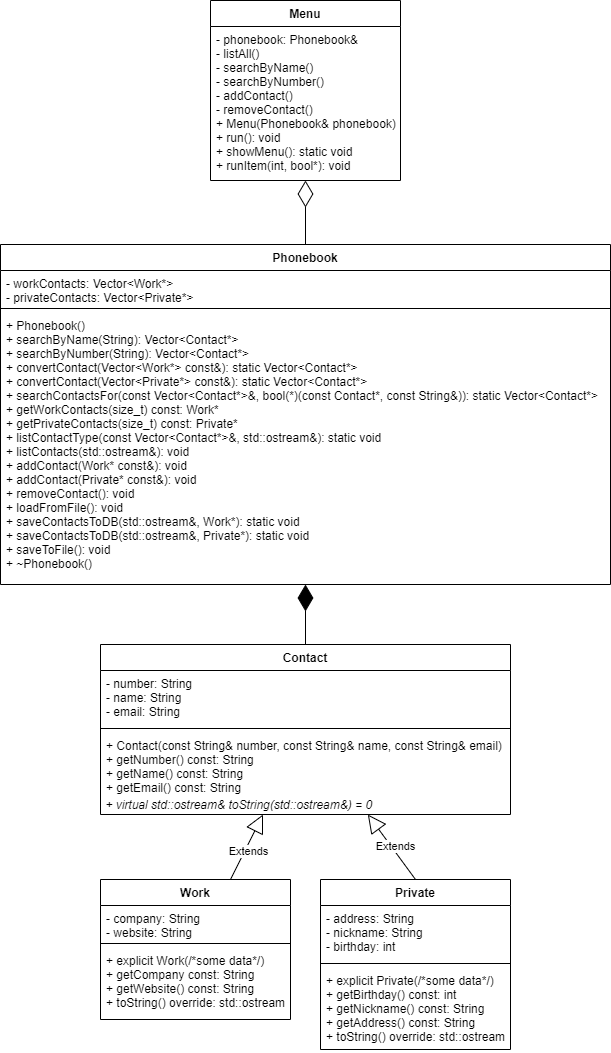
Earlier version of the draw.io export NHF - Terv/UML_diagram_final.png (pintertamas/phonebook-cpp). Source tidied: cells renumbered, new cells last; positions are measured from the earlier drawing's top-left corner, leaving out a move shared by most shapes.
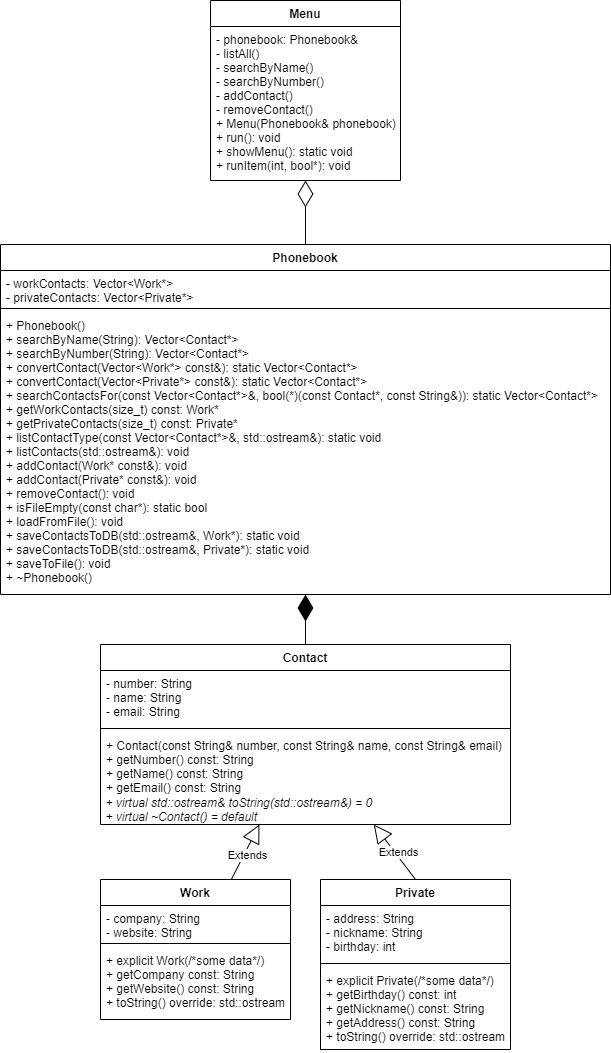
The same file after the commit.

What changed in the source:
```diff
@@ -15,7 +15,7 @@
       <mxGeometry x="-0.06" y="-3" relative="1" as="geometry" />
     </mxCell>
     <mxCell id="6" value="Phonebook" style="swimlane;fontStyle=1;align=center;verticalAlign=top;horizontal=1;startSize=26;" parent="1" vertex="1">
-      <mxGeometry y="244" width="610" height="340" as="geometry" />
+      <mxGeometry y="244" width="610" height="350" as="geometry" />
     </mxCell>
     <mxCell id="7" value="- workContacts: Vector&lt;Work*&gt;&#10;- privateContacts: Vector&lt;Private*&gt;" style="text;strokeColor=none;fillColor=none;align=left;verticalAlign=top;spacingLeft=4;spacingRight=4;overflow=hidden;" parent="6" vertex="1">
       <mxGeometry y="26" width="610" height="34" as="geometry" />
@@ -23,11 +23,11 @@
     <mxCell id="8" style="line;strokeWidth=1;fillColor=none;align=left;verticalAlign=middle;spacingTop=-1;spacingLeft=3;spacingRight=3;labelPosition=right;" parent="6" vertex="1">
       <mxGeometry y="60" width="610" height="8" as="geometry" />
     </mxCell>
-    <mxCell id="9" value="+ Phonebook()&#10;+ searchByName(String): Vector&lt;Contact*&gt;&#10;+ searchByNumber(String): Vector&lt;Contact*&gt;&#10;+ convertContact(Vector&lt;Work*&gt; const&amp;): static Vector&lt;Contact*&gt;&#10;+ convertContact(Vector&lt;Private*&gt; const&amp;): static Vector&lt;Contact*&gt;&#10;+ searchContactsFor(const Vector&lt;Contact*&gt;&amp;, bool(*)(const Contact*, const String&amp;)): static Vector&lt;Contact*&gt;&#10;+ getWorkContacts(size_t) const: Work*&#10;+ getPrivateContacts(size_t) const: Private*&#10;+ listContactType(const Vector&lt;Contact*&gt;&amp;, std::ostream&amp;): static void&#10;+ listContacts(std::ostream&amp;): void&#10;+ addContact(Work* const&amp;): void&#10;+ addContact(Private* const&amp;): void&#10;+ removeContact(): void&#10;+ loadFromFile(): void&#10;+ saveContactsToDB(std::ostream&amp;, Work*): static void&#10;+ saveContactsToDB(std::ostream&amp;, Private*): static void&#10;+ saveToFile(): void&#10;+ ~Phonebook()&#10;" style="text;strokeColor=none;fillColor=none;align=left;verticalAlign=top;spacingLeft=4;spacingRight=4;overflow=hidden;" parent="6" vertex="1">
-      <mxGeometry y="68" width="610" height="272" as="geometry" />
+    <mxCell id="9" value="+ Phonebook()&#10;+ searchByName(String): Vector&lt;Contact*&gt;&#10;+ searchByNumber(String): Vector&lt;Contact*&gt;&#10;+ convertContact(Vector&lt;Work*&gt; const&amp;): static Vector&lt;Contact*&gt;&#10;+ convertContact(Vector&lt;Private*&gt; const&amp;): static Vector&lt;Contact*&gt;&#10;+ searchContactsFor(const Vector&lt;Contact*&gt;&amp;, bool(*)(const Contact*, const String&amp;)): static Vector&lt;Contact*&gt;&#10;+ getWorkContacts(size_t) const: Work*&#10;+ getPrivateContacts(size_t) const: Private*&#10;+ listContactType(const Vector&lt;Contact*&gt;&amp;, std::ostream&amp;): static void&#10;+ listContacts(std::ostream&amp;): void&#10;+ addContact(Work* const&amp;): void&#10;+ addContact(Private* const&amp;): void&#10;+ removeContact(): void&#10;+ isFileEmpty(const char*): static bool&#10;+ loadFromFile(): void&#10;+ saveContactsToDB(std::ostream&amp;, Work*): static void&#10;+ saveContactsToDB(std::ostream&amp;, Private*): static void&#10;+ saveToFile(): void&#10;+ ~Phonebook()&#10;" style="text;strokeColor=none;fillColor=none;align=left;verticalAlign=top;spacingLeft=4;spacingRight=4;overflow=hidden;" parent="6" vertex="1">
+      <mxGeometry y="68" width="610" height="282" as="geometry" />
     </mxCell>
     <mxCell id="10" value="Contact" style="swimlane;fontStyle=1;align=center;verticalAlign=top;horizontal=1;startSize=26;" parent="1" vertex="1">
-      <mxGeometry x="100" y="644" width="410" height="170" as="geometry" />
+      <mxGeometry x="100" y="644" width="410" height="180" as="geometry" />
     </mxCell>
     <mxCell id="11" value="- number: String&#10;- name: String&#10;- email: String" style="text;strokeColor=none;fillColor=none;align=left;verticalAlign=top;spacingLeft=4;spacingRight=4;overflow=hidden;" parent="10" vertex="1">
       <mxGeometry y="26" width="410" height="54" as="geometry" />
@@ -38,8 +38,8 @@
     <mxCell id="13" value="+ Contact(const String&amp; number, const String&amp; name, const String&amp; email)&#10;+ getNumber() const: String&#10;+ getName() const: String&#10;+ getEmail() const: String&#10;" style="text;strokeColor=none;fillColor=none;align=left;verticalAlign=top;spacingLeft=4;spacingRight=4;overflow=hidden;" parent="10" vertex="1">
       <mxGeometry y="88" width="410" height="62" as="geometry" />
     </mxCell>
-    <mxCell id="14" value="&lt;span&gt;&lt;i&gt;&amp;nbsp;+ virtual std::ostream&amp;amp; toString(std::ostream&amp;amp;) = 0&lt;/i&gt;&lt;/span&gt;" style="text;html=1;strokeColor=none;fillColor=none;align=left;verticalAlign=middle;whiteSpace=wrap;rounded=0;" parent="10" vertex="1">
-      <mxGeometry y="150" width="410" height="20" as="geometry" />
+    <mxCell id="14" value="&lt;span&gt;&lt;i&gt;&amp;nbsp;+ virtual std::ostream&amp;amp; toString(std::ostream&amp;amp;) = 0&lt;br&gt;&amp;nbsp;+ virtual ~Contact() = default&lt;br&gt;&lt;/i&gt;&lt;/span&gt;" style="text;html=1;strokeColor=none;fillColor=none;align=left;verticalAlign=middle;whiteSpace=wrap;rounded=0;" parent="10" vertex="1">
+      <mxGeometry y="150" width="410" height="30" as="geometry" />
     </mxCell>
     <mxCell id="15" value="Private" style="swimlane;fontStyle=1;align=center;verticalAlign=top;horizontal=1;startSize=26;" parent="1" vertex="1">
       <mxGeometry x="320" y="879" width="190" height="170" as="geometry" />
```
